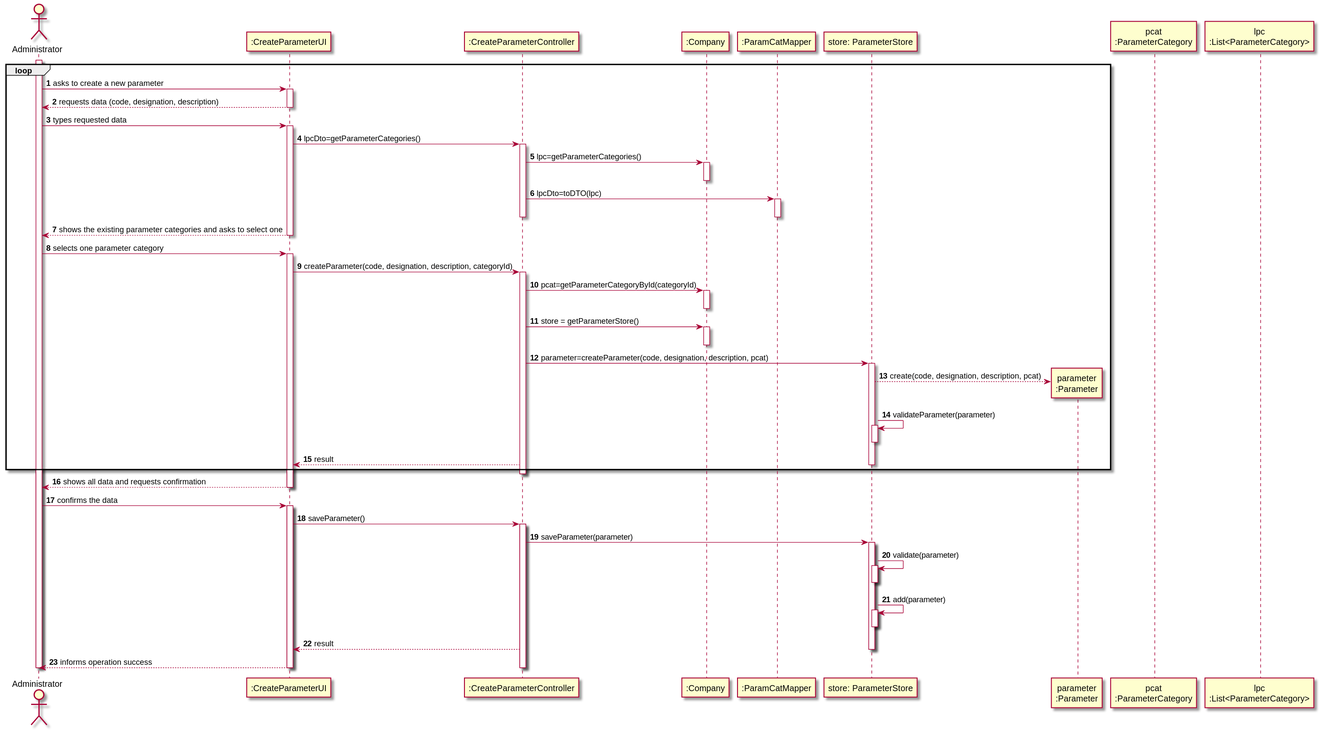
0franciscor/lei-21-s2-1de-g19 keeps this PlantUML diagram as docs/SprintB/US10/US10-SD.svg. Above is the earlier version.
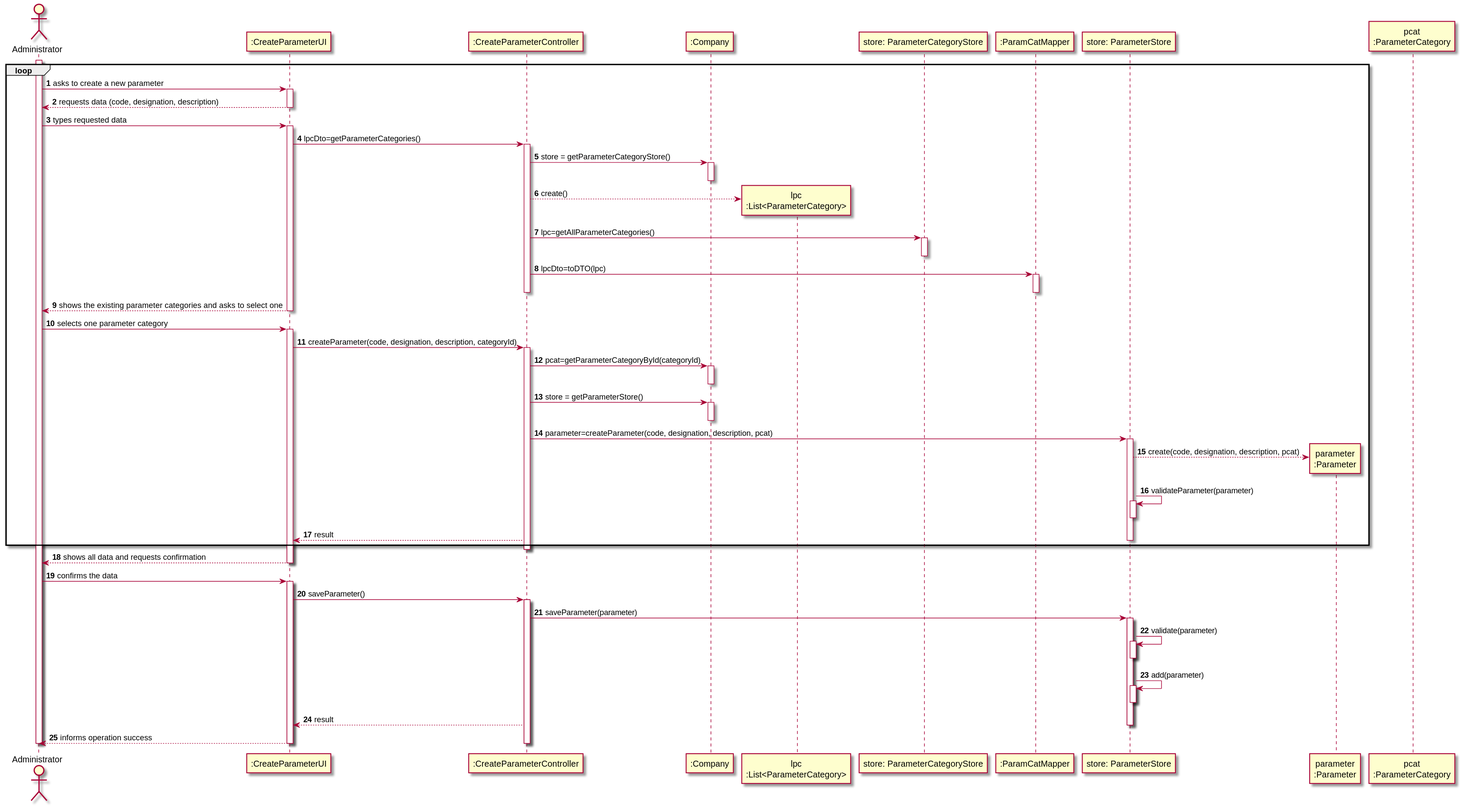
The same file after the commit.

Commit message:
acréscimo da Parameter Category Store no SD e CD US10

Change to the diagram source:
```diff
@@ -6,11 +6,12 @@
 participant ":CreateParameterUI" as CPUI
 participant ":CreateParameterController" as CPC
 participant ":Company" as COMP
+participant "lpc\n:List<ParameterCategory>" as LIST_CAT
+participant "store: ParameterCategoryStore" as PCS
 participant ":ParamCatMapper" as PCM
 participant "store: ParameterStore" as PS
 participant "parameter\n:Parameter" as PARAM
 participant "pcat\n:ParameterCategory" as CAT
-participant "lpc\n:List<ParameterCategory>" as LIST_CAT
 
 loop
 activate ADM
@@ -25,9 +26,16 @@
 CPUI -> CPC : lpcDto=getParameterCategories()
 activate CPC
 
-CPC -> COMP : lpc=getParameterCategories()
+CPC -> COMP : store = getParameterCategoryStore()
 activate COMP
 deactivate COMP
+
+CPC --> LIST_CAT** : create()
+
+CPC -> PCS : lpc=getAllParameterCategories()
+activate PCS
+deactivate PCS
+
 
 CPC -> PCM : lpcDto=toDTO(lpc)
 activate PCM
```
